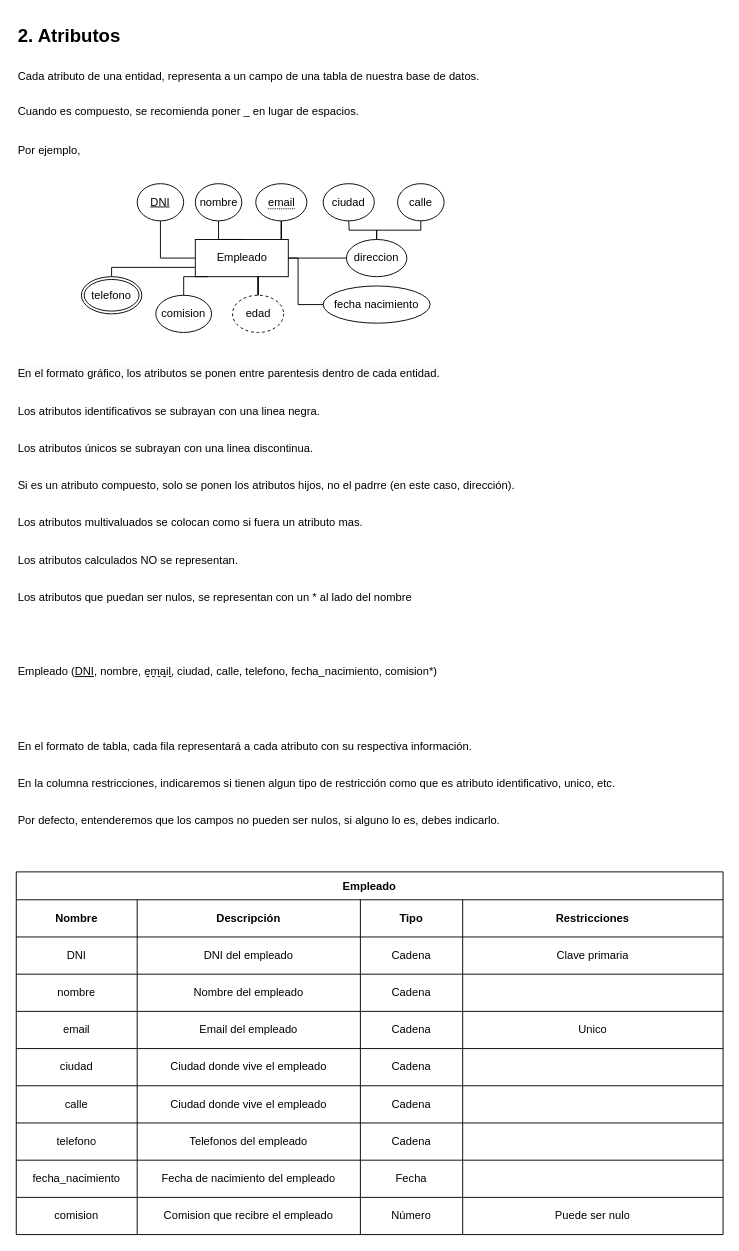
The draw.io diagram 02-modelo-relacional/teoria/02-atributos/02-atributos.drawio in DiscoDurodeRoer/curso-disenio-base-de-datos, before the edit. Source tidied: cells renumbered, new cells numbered last; positions are measured from the earlier drawing's top-left corner, leaving out a move shared by most shapes. Both pictures are drawn from the tidied source at 93%, with x=0, y=0 at pixel (16, 16).
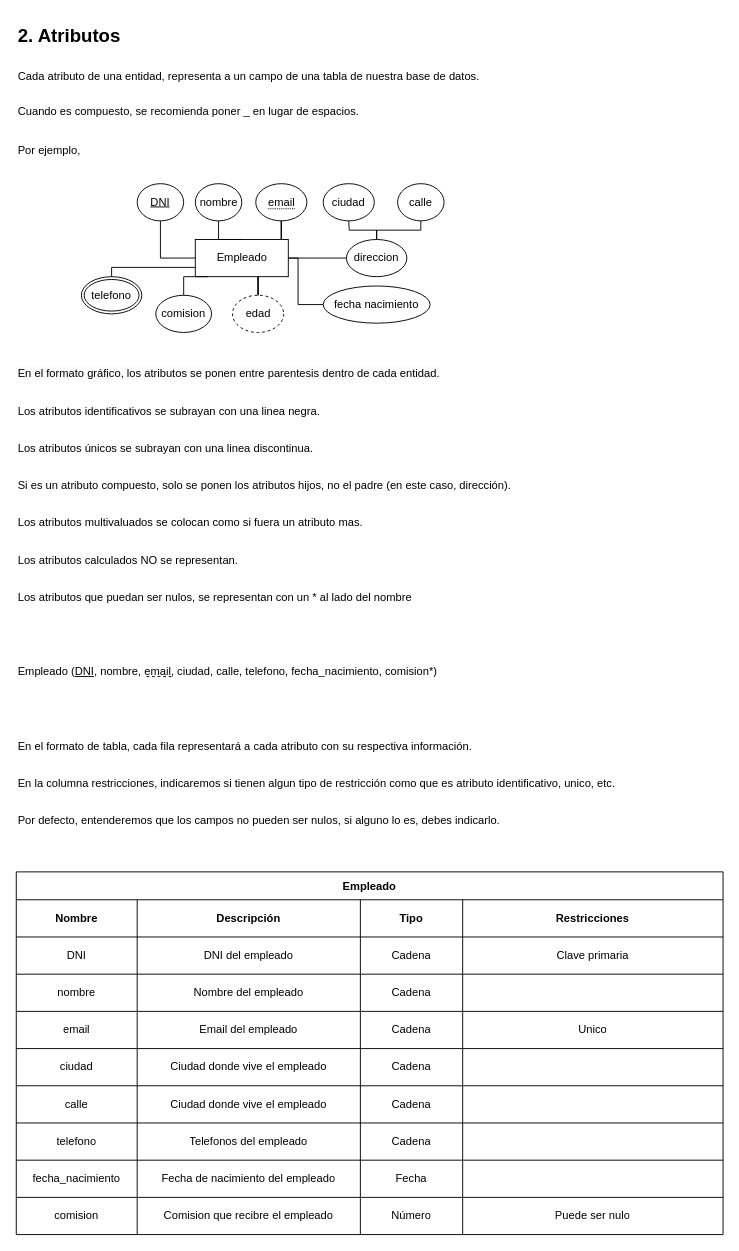
After the change.

Diff of the diagram source:
```diff
@@
-    <mxCell id="26" value="Si es un atributo compuesto, solo se ponen los atributos hijos, no el padrre (en este caso, dirección)." style="text;html=1;align=left;verticalAlign=middle;strokeColor=none;fillColor=none;" parent="1" vertex="1">
-      <mxGeometry y="490" width="560" height="30" as="geometry" />
+    <mxCell id="26" value="Si es un atributo compuesto, solo se ponen los atributos hijos, no el padre (en este caso, dirección)." style="text;html=1;align=left;verticalAlign=middle;strokeColor=none;fillColor=none;" parent="1" vertex="1">
+      <mxGeometry y="490" width="550" height="30" as="geometry" />
     </mxCell>
```
